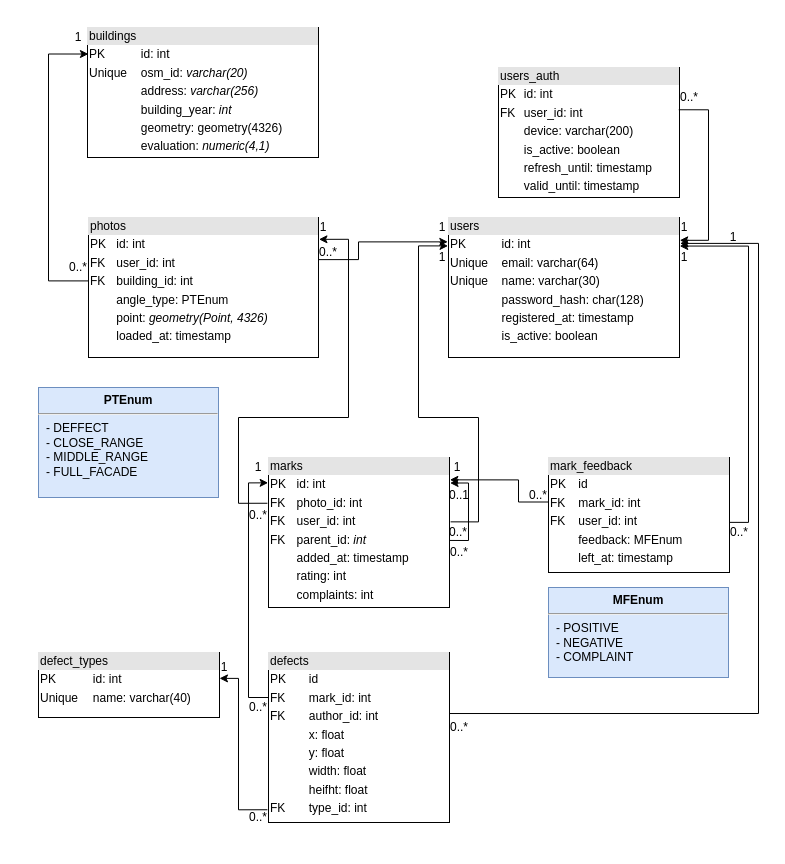
Before: page "database" (1 of 7) of facades_diagrams.drawio in kanootoko/facades-state-evaluation, a draw.io diagram. Source tidied: cells renumbered, new cells numbered last; positions are measured from the earlier drawing's top-left corner, leaving out a move shared by most shapes. Both pictures are drawn from the tidied source at 100%, with x=0, y=0 at pixel (38, 27).
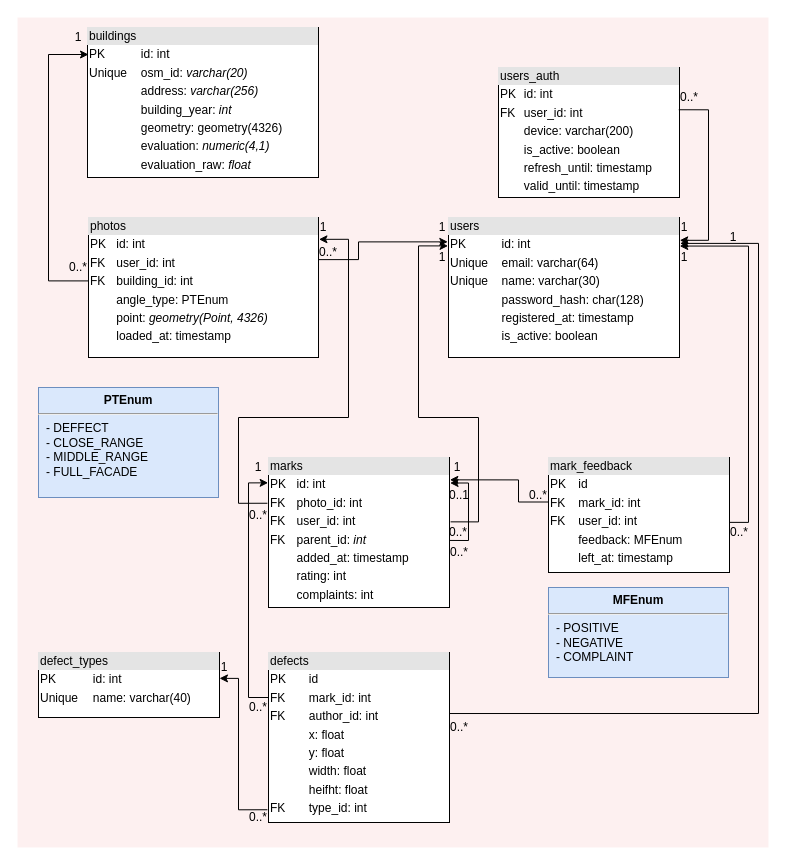
After the change.

The change refers to these unchanged cells:
```xml
<mxCell id="2" value="&lt;div style=&quot;box-sizing: border-box ; width: 100% ; background: #e4e4e4 ; padding: 2px&quot;&gt;photos&lt;/div&gt;&lt;table style=&quot;width: 100% ; font-size: 1em&quot; cellpadding=&quot;2&quot; cellspacing=&quot;0&quot;&gt;&lt;tbody&gt;&lt;tr&gt;&lt;td&gt;PK&lt;/td&gt;&lt;td&gt;id: int&lt;/td&gt;&lt;/tr&gt;&lt;tr&gt;&lt;td&gt;FK&lt;/td&gt;&lt;td&gt;user_id: int&lt;/td&gt;&lt;/tr&gt;&lt;tr&gt;&lt;td&gt;FK&lt;/td&gt;&lt;td&gt;building_id: int&lt;/td&gt;&lt;/tr&gt;&lt;tr&gt;&lt;td&gt;&lt;br&gt;&lt;/td&gt;&lt;td&gt;angle_type: PTEnum&lt;/td&gt;&lt;/tr&gt;&lt;tr&gt;&lt;td&gt;&lt;br&gt;&lt;/td&gt;&lt;td&gt;point: &lt;i&gt;geometry(Point, 4326)&lt;/i&gt;&lt;/td&gt;&lt;/tr&gt;&lt;tr&gt;&lt;td&gt;&lt;br&gt;&lt;/td&gt;&lt;td&gt;loaded_at: timestamp&lt;/td&gt;&lt;/tr&gt;&lt;/tbody&gt;&lt;/table&gt;" style="verticalAlign=top;align=left;overflow=fill;html=1;" parent="1" vertex="1">
  <mxGeometry x="50" y="190" width="230" height="140" as="geometry" />
</mxCell>
```

What changed in the source:
```diff
@@
+    <mxCell id="45" style="rounded=0;whiteSpace=wrap;html=1;fillColor=#f8cecc;strokeColor=none;opacity=30;" parent="1" vertex="1">
+      <mxGeometry x="-21" y="-10" width="751" height="830" as="geometry" />
+    </mxCell>
@@
-    <mxCell id="11" value="&lt;div style=&quot;box-sizing: border-box ; width: 100% ; background: #e4e4e4 ; padding: 2px&quot;&gt;buildings&lt;/div&gt;&lt;table style=&quot;width: 100% ; font-size: 1em&quot; cellpadding=&quot;2&quot; cellspacing=&quot;0&quot;&gt;&lt;tbody&gt;&lt;tr&gt;&lt;td&gt;PK&lt;/td&gt;&lt;td&gt;id: int&lt;/td&gt;&lt;/tr&gt;&lt;tr&gt;&lt;td&gt;Unique&lt;/td&gt;&lt;td&gt;osm_id: &lt;i&gt;varchar(20)&lt;/i&gt;&lt;/td&gt;&lt;/tr&gt;&lt;tr&gt;&lt;td&gt;&lt;br&gt;&lt;/td&gt;&lt;td&gt;address: &lt;i&gt;varchar(256)&lt;/i&gt;&lt;/td&gt;&lt;/tr&gt;&lt;tr&gt;&lt;td&gt;&lt;br&gt;&lt;/td&gt;&lt;td&gt;building_year: &lt;i&gt;int&lt;/i&gt;&lt;/td&gt;&lt;/tr&gt;&lt;tr&gt;&lt;td&gt;&lt;br&gt;&lt;/td&gt;&lt;td&gt;geometry: geometry(4326)&lt;/td&gt;&lt;/tr&gt;&lt;tr&gt;&lt;td&gt;&lt;br&gt;&lt;/td&gt;&lt;td&gt;evaluation: &lt;i&gt;numeric(4,1)&lt;/i&gt;&lt;/td&gt;&lt;/tr&gt;&lt;/tbody&gt;&lt;/table&gt;" style="verticalAlign=top;align=left;overflow=fill;html=1;" parent="1" vertex="1">
-      <mxGeometry x="49" width="231" height="130" as="geometry" />
+    <mxCell id="11" value="&lt;div style=&quot;box-sizing: border-box ; width: 100% ; background: #e4e4e4 ; padding: 2px&quot;&gt;buildings&lt;/div&gt;&lt;table style=&quot;width: 100% ; font-size: 1em&quot; cellpadding=&quot;2&quot; cellspacing=&quot;0&quot;&gt;&lt;tbody&gt;&lt;tr&gt;&lt;td&gt;PK&lt;/td&gt;&lt;td&gt;id: int&lt;/td&gt;&lt;/tr&gt;&lt;tr&gt;&lt;td&gt;Unique&lt;/td&gt;&lt;td&gt;osm_id: &lt;i&gt;varchar(20)&lt;/i&gt;&lt;/td&gt;&lt;/tr&gt;&lt;tr&gt;&lt;td&gt;&lt;br&gt;&lt;/td&gt;&lt;td&gt;address: &lt;i&gt;varchar(256)&lt;/i&gt;&lt;/td&gt;&lt;/tr&gt;&lt;tr&gt;&lt;td&gt;&lt;br&gt;&lt;/td&gt;&lt;td&gt;building_year: &lt;i&gt;int&lt;/i&gt;&lt;/td&gt;&lt;/tr&gt;&lt;tr&gt;&lt;td&gt;&lt;br&gt;&lt;/td&gt;&lt;td&gt;geometry: geometry(4326)&lt;/td&gt;&lt;/tr&gt;&lt;tr&gt;&lt;td&gt;&lt;br&gt;&lt;/td&gt;&lt;td&gt;evaluation: &lt;i&gt;numeric(4,1)&lt;/i&gt;&lt;/td&gt;&lt;/tr&gt;&lt;tr&gt;&lt;td&gt;&lt;br&gt;&lt;/td&gt;&lt;td&gt;evaluation_raw: &lt;i&gt;float&lt;/i&gt;&lt;/td&gt;&lt;/tr&gt;&lt;/tbody&gt;&lt;/table&gt;" style="verticalAlign=top;align=left;overflow=fill;html=1;" parent="1" vertex="1">
+      <mxGeometry x="49" width="231" height="150" as="geometry" />
     </mxCell>
-    <mxCell id="12" style="endArrow=classic;html=1;rounded=0;exitX=-0.001;exitY=0.453;exitDx=0;exitDy=0;exitPerimeter=0;edgeStyle=orthogonalEdgeStyle;entryX=0.004;entryY=0.204;entryDx=0;entryDy=0;entryPerimeter=0;" parent="1" edge="1" source="2" target="11">
+    <mxCell id="12" style="endArrow=classic;html=1;rounded=0;exitX=-0.001;exitY=0.453;exitDx=0;exitDy=0;exitPerimeter=0;edgeStyle=orthogonalEdgeStyle;" parent="1" edge="1" source="2">
       <mxGeometry relative="1" as="geometry">
+        <mxPoint x="50" y="27" as="targetPoint" />
         <Array as="points">
           <mxPoint x="10" y="253" />
           <mxPoint x="10" y="27" />
           <mxPoint x="50" y="27" />
         </Array>
       </mxGeometry>
     </mxCell>
```
